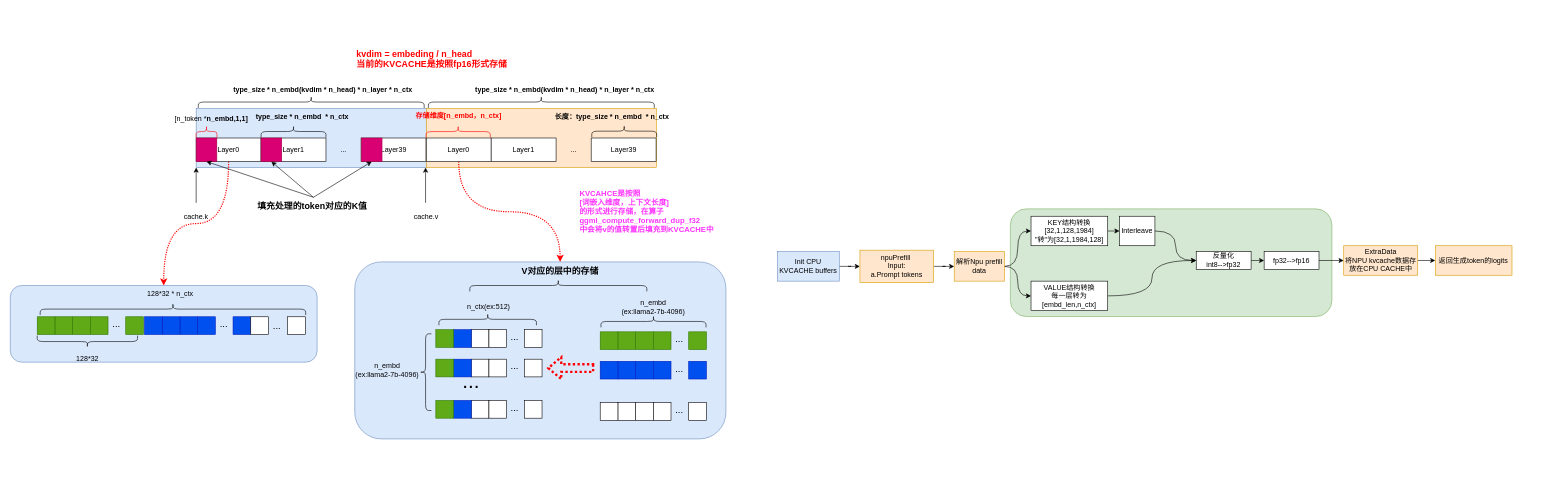
Above: llama.cpp/未命名绘图.drawio in mailonghua/drawio (draw.io), before the change. Source tidied: cells renumbered, new cells numbered last; positions are measured from the earlier drawing's top-left corner, leaving out a move shared by most shapes. Both pictures are drawn from the tidied source at 59%, with x=0, y=0 at pixel (10, -11).
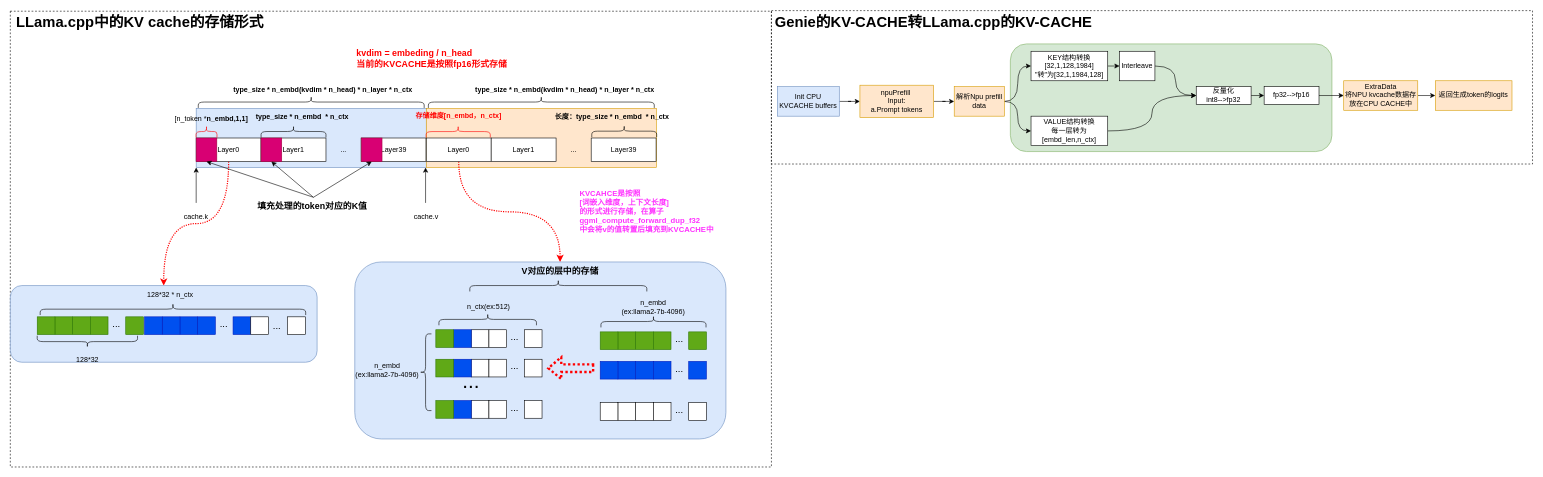
The same diagram, later.

Commit message (it also covers changes not shown here):
更新未命名绘图.drawio

What changed in the source:
```diff
@@
+    <mxCell id="135" style="rounded=0;whiteSpace=wrap;html=1;dashed=1;fillColor=none;" parent="1" vertex="1">
+      <mxGeometry y="37.5" width="1290" height="772.5" as="geometry" />
+    </mxCell>
     <mxCell id="2" style="rounded=1;whiteSpace=wrap;html=1;fillColor=#d5e8d4;strokeColor=#82b366;" parent="1" vertex="1">
-      <mxGeometry x="1695" y="372.5" width="545" height="182.5" as="geometry" />
+      <mxGeometry x="1695" y="92.9" width="545" height="182.5" as="geometry" />
     </mxCell>
@@
     <mxCell id="27" value="kvdim = embeding / n_head&lt;div&gt;当前的KVCACHE是按照fp16形式存储&lt;/div&gt;" style="text;strokeColor=none;align=left;fillColor=none;html=1;verticalAlign=middle;whiteSpace=wrap;rounded=0;fontSize=15;fontStyle=1;fontColor=#FF0000;" parent="1" vertex="1">
-      <mxGeometry x="585" y="102.5" width="280" height="30" as="geometry" />
+      <mxGeometry x="585" y="102.4" width="280" height="30" as="geometry" />
     </mxCell>
@@
     <mxCell id="40" value="Init CPU KVCACHE buffers" style="rounded=0;whiteSpace=wrap;html=1;fillColor=#dae8fc;strokeColor=#6c8ebf;" parent="1" vertex="1">
-      <mxGeometry x="1300" y="445" width="105" height="50" as="geometry" />
+      <mxGeometry x="1300" y="165.4" width="105" height="50" as="geometry" />
     </mxCell>
@@
     <mxCell id="42" value="npuPrefill&amp;nbsp;&lt;div&gt;Input:&lt;/div&gt;&lt;div&gt;a.Prompt tokens&lt;/div&gt;" style="rounded=0;whiteSpace=wrap;html=1;fillColor=#ffe6cc;strokeColor=#d79b00;" parent="1" vertex="1">
-      <mxGeometry x="1440" y="442.5" width="125" height="55" as="geometry" />
+      <mxGeometry x="1440" y="162.9" width="125" height="55" as="geometry" />
     </mxCell>
@@
     <mxCell id="44" value="ExtraData&lt;div&gt;将NPU kvcache数据存放在CPU CACHE中&lt;/div&gt;" style="rounded=0;whiteSpace=wrap;html=1;fillColor=#ffe6cc;strokeColor=#d79b00;" parent="1" vertex="1">
-      <mxGeometry x="2260" y="435" width="125.5" height="50" as="geometry" />
+      <mxGeometry x="2260" y="155.4" width="125.5" height="50" as="geometry" />
     </mxCell>
     <mxCell id="45" value="返回生成token的logits" style="rounded=0;whiteSpace=wrap;html=1;fillColor=#ffe6cc;strokeColor=#d79b00;" parent="1" vertex="1">
-      <mxGeometry x="2415.2" y="435" width="130" height="50" as="geometry" />
+      <mxGeometry x="2415.2" y="155.4" width="130" height="50" as="geometry" />
     </mxCell>
@@
     <mxCell id="48" value="解析Npu prefill data" style="rounded=0;whiteSpace=wrap;html=1;fillColor=#ffe6cc;strokeColor=#d79b00;" parent="1" vertex="1">
-      <mxGeometry x="1599.8" y="445" width="85" height="50" as="geometry" />
+      <mxGeometry x="1599.8" y="165.4" width="85" height="50" as="geometry" />
     </mxCell>
@@
     <mxCell id="50" style="group;" parent="1" vertex="1">
-      <mxGeometry x="575" y="462.4" width="637.9" height="300" as="geometry" />
+      <mxGeometry x="575" y="462.5" width="637.9" height="300" as="geometry" />
     </mxCell>
@@
     <mxCell id="104" style="group;" parent="1" vertex="1">
-      <mxGeometry y="502.4" width="520" height="140" as="geometry" />
+      <mxGeometry y="502.5" width="520" height="140" as="geometry" />
     </mxCell>
@@
     <mxCell id="126" value="KEY结构转换&lt;div&gt;[32,1,128,1984]&lt;/div&gt;&lt;div&gt;&quot;转&quot;为[32,1,1984,128]&lt;/div&gt;" style="rounded=0;whiteSpace=wrap;html=1;" parent="1" vertex="1">
-      <mxGeometry x="1730" y="385" width="130" height="50" as="geometry" />
+      <mxGeometry x="1730" y="105.4" width="130" height="50" as="geometry" />
     </mxCell>
@@
     <mxCell id="128" value="VALUE结构转换&lt;div&gt;每一层转为[embd_len,n_ctx]&lt;/div&gt;" style="rounded=0;whiteSpace=wrap;html=1;" parent="1" vertex="1">
-      <mxGeometry x="1730" y="495" width="130" height="50" as="geometry" />
+      <mxGeometry x="1730" y="215.4" width="130" height="50" as="geometry" />
     </mxCell>
@@
     <mxCell id="130" value="反量化&lt;div&gt;int8--&amp;gt;fp32&lt;/div&gt;" style="rounded=0;whiteSpace=wrap;html=1;" parent="1" vertex="1">
-      <mxGeometry x="2010" y="445" width="93" height="30" as="geometry" />
+      <mxGeometry x="2010" y="165.4" width="93" height="30" as="geometry" />
     </mxCell>
@@
     <mxCell id="132" value="fp32--&amp;gt;fp16" style="rounded=0;whiteSpace=wrap;html=1;" parent="1" vertex="1">
-      <mxGeometry x="2125.1" y="445" width="93" height="30" as="geometry" />
+      <mxGeometry x="2125.1" y="165.4" width="93" height="30" as="geometry" />
     </mxCell>
@@
     <mxCell id="134" value="Interleave" style="rounded=0;whiteSpace=wrap;html=1;" parent="1" vertex="1">
-      <mxGeometry x="1880" y="385" width="60" height="50" as="geometry" />
+      <mxGeometry x="1880" y="105.4" width="60" height="50" as="geometry" />
     </mxCell>
+    <mxCell id="136" value="LLama.cpp中的KV cache的存储形式" style="text;strokeColor=none;align=center;fillColor=none;html=1;verticalAlign=middle;whiteSpace=wrap;rounded=0;fontSize=25;fontStyle=1;" parent="1" vertex="1">
+      <mxGeometry y="40" width="440" height="30" as="geometry" />
+    </mxCell>
+    <mxCell id="137" style="rounded=0;whiteSpace=wrap;html=1;dashed=1;fillColor=none;" parent="1" vertex="1">
+      <mxGeometry x="1290" y="36.5" width="1290" height="260" as="geometry" />
+    </mxCell>
+    <mxCell id="138" value="Genie的KV-CACHE转LLama.cpp的KV-CACHE" style="text;strokeColor=none;align=center;fillColor=none;html=1;verticalAlign=middle;whiteSpace=wrap;rounded=0;fontSize=25;fontStyle=1;" parent="1" vertex="1">
+      <mxGeometry x="1290" y="38.9" width="550" height="30" as="geometry" />
+    </mxCell>
```
